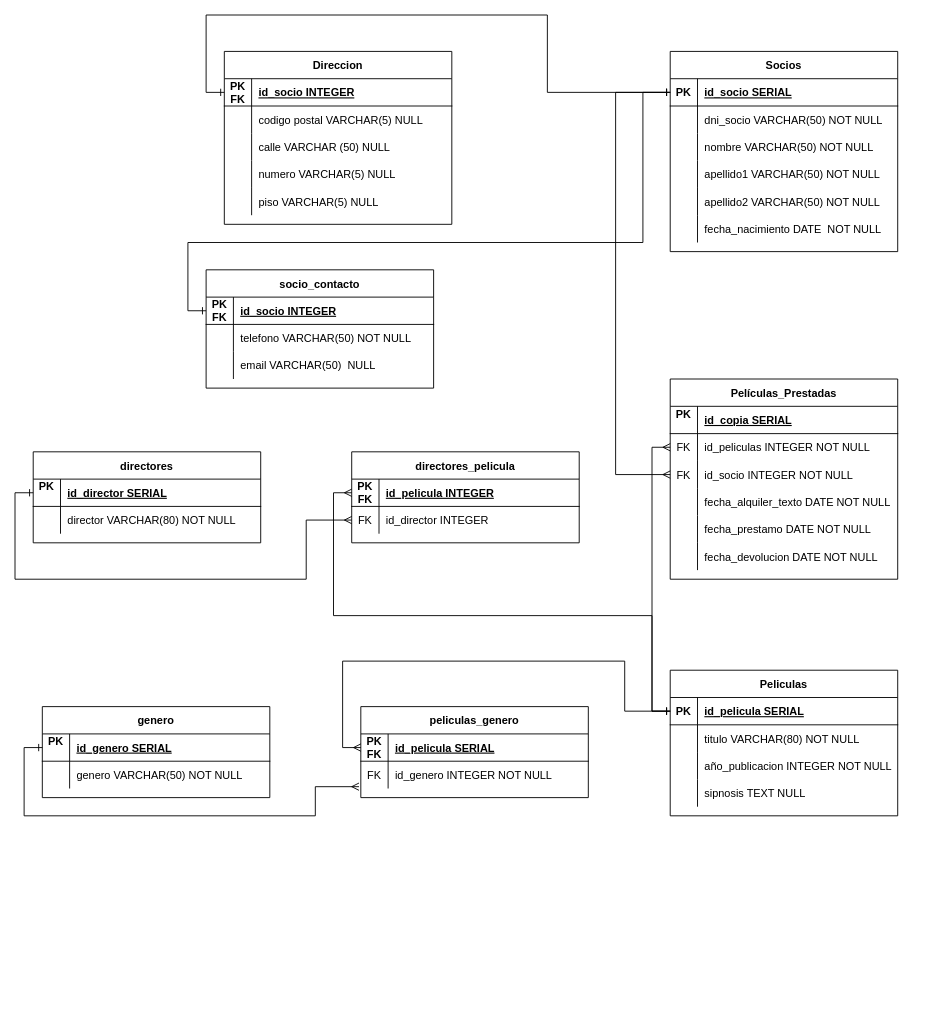
Before: videoclub.drawio in Balexo/modelados_datos_sql, a draw.io diagram. Source tidied: cells renumbered, new cells numbered last; positions are measured from the earlier drawing's top-left corner, leaving out a move shared by most shapes. Both pictures are drawn from the tidied source at 91%, with x=0, y=0 at pixel (15, 15).
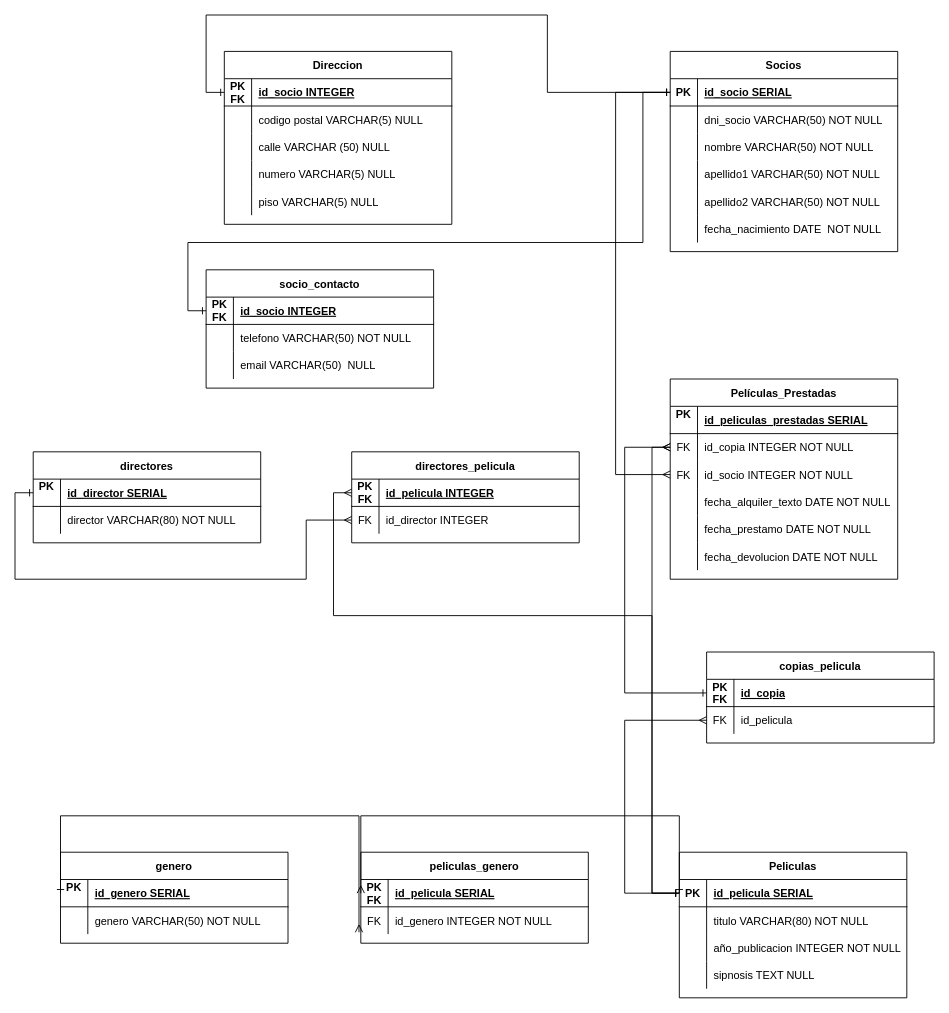
After the change.

Commit message (it also covers changes not shown here):
Añadido el readme modificado, el gráfico vidoclub.drawio y cambio en la consulta de películas disponibles para alquilar

Unchanged cells that the change refers to:
```xml
<mxCell id="32" style="shape=partialRectangle;fillColor=none;points=[[0,0.5],[1,0.5]];portConstraint=eastwest;top=0;left=0;right=0;bottom=1;" parent="31" vertex="1">
  <mxGeometry y="30" width="250" height="30" as="geometry" />
</mxCell>
<mxCell id="35" style="shape=partialRectangle;fillColor=none;points=[[0,0.5],[1,0.5]];portConstraint=eastwest;top=0;left=0;right=0;bottom=0;" parent="31" vertex="1">
  <mxGeometry y="60" width="250" height="30" as="geometry" />
</mxCell>
<mxCell id="39" style="shape=partialRectangle;fillColor=none;points=[[0,0.5],[1,0.5]];portConstraint=eastwest;top=0;left=0;right=0;bottom=1;" parent="38" vertex="1">
  <mxGeometry y="30" width="250" height="30" as="geometry" />
</mxCell>
<mxCell id="52" style="shape=partialRectangle;fillColor=none;top=0;left=0;right=0;bottom=1;" parent="51" vertex="1">
  <mxGeometry y="30" width="250" height="30" as="geometry" />
</mxCell>
<mxCell id="55" style="shape=partialRectangle;fillColor=none;points=[[0,0.5],[1,0.5]];portConstraint=eastwest;top=0;left=0;right=0;bottom=0;" parent="51" vertex="1">
  <mxGeometry y="60" width="250" height="30" as="geometry" />
</mxCell>
<mxCell id="87" style="shape=partialRectangle;fillColor=none;points=[[0,0.5],[1,0.5]];portConstraint=eastwest;top=0;left=0;right=0;bottom=1;" parent="86" vertex="1">
  <mxGeometry y="30" width="250" height="30" as="geometry" />
</mxCell>
```

What changed in the source:
```diff
@@
     <mxCell id="31" value="peliculas_genero" style="shape=table;startSize=30;childLayout=tableLayout;rowLines=0;fontStyle=1;align=center;" parent="1" vertex="1">
-      <mxGeometry x="380" y="760" width="250" height="100" as="geometry" />
+      <mxGeometry x="380" y="920" width="250" height="100" as="geometry" />
     </mxCell>
@@
     <mxCell id="38" value="Peliculas" style="shape=table;startSize=30;childLayout=tableLayout;rowLines=0;fontStyle=1;align=center;" parent="1" vertex="1">
-      <mxGeometry x="720" y="720" width="250" height="160" as="geometry" />
+      <mxGeometry x="730" y="920" width="250" height="160" as="geometry" />
     </mxCell>
@@
-    <mxCell id="54" value="id_copia SERIAL " style="shape=partialRectangle;overflow=hidden;fillColor=none;top=0;left=0;bottom=0;right=0;align=left;spacingLeft=6;fontStyle=5;" parent="52" vertex="1">
+    <mxCell id="54" value="id_peliculas_prestadas SERIAL " style="shape=partialRectangle;overflow=hidden;fillColor=none;top=0;left=0;bottom=0;right=0;align=left;spacingLeft=6;fontStyle=5;" parent="52" vertex="1">
       <mxGeometry x="30" width="220" height="30" as="geometry" />
     </mxCell>
@@
-    <mxCell id="57" value="id_peliculas INTEGER NOT NULL" style="shape=partialRectangle;overflow=hidden;fillColor=none;top=0;left=0;bottom=0;right=0;align=left;spacingLeft=6;" parent="55" vertex="1">
+    <mxCell id="57" value="id_copia INTEGER NOT NULL" style="shape=partialRectangle;overflow=hidden;fillColor=none;top=0;left=0;bottom=0;right=0;align=left;spacingLeft=6;" parent="55" vertex="1">
       <mxGeometry x="30" width="220" height="30" as="geometry" />
     </mxCell>
@@
     <mxCell id="86" value="genero" style="shape=table;startSize=30;childLayout=tableLayout;rowLines=0;fontStyle=1;align=center;" parent="1" vertex="1">
-      <mxGeometry x="30" y="760" width="250" height="100" as="geometry" />
+      <mxGeometry x="50" y="920" width="250" height="100" as="geometry" />
     </mxCell>
@@
     <mxCell id="109" style="edgeStyle=orthogonalEdgeStyle;rounded=0;jettySize=auto;html=1;exitX=0;exitY=0.5;exitDx=0;exitDy=0;entryX=0;entryY=0.5;entryDx=0;entryDy=0;endArrow=ERmany;endFill=0;startArrow=ERone;startFill=0;" parent="1" edge="1" source="39" target="32">
       <mxGeometry relative="1" as="geometry">
         <Array as="points">
-          <mxPoint x="670" y="765" />
-          <mxPoint x="670" y="710" />
-          <mxPoint x="360" y="710" />
-          <mxPoint x="360" y="805" />
+          <mxPoint x="730" y="880" />
+          <mxPoint x="380" y="880" />
         </Array>
       </mxGeometry>
     </mxCell>
     <mxCell id="110" style="edgeStyle=orthogonalEdgeStyle;rounded=0;jettySize=auto;html=1;exitX=0;exitY=0.5;exitDx=0;exitDy=0;entryX=-0.008;entryY=0.933;entryDx=0;entryDy=0;entryPerimeter=0;endArrow=ERmany;endFill=0;startArrow=ERone;startFill=0;" parent="1" edge="1" source="87" target="35">
       <mxGeometry relative="1" as="geometry">
         <Array as="points">
-          <mxPoint x="10" y="805" />
-          <mxPoint x="10" y="880" />
-          <mxPoint x="330" y="880" />
-          <mxPoint x="330" y="848" />
+          <mxPoint x="50" y="880" />
+          <mxPoint x="378" y="880" />
         </Array>
       </mxGeometry>
     </mxCell>
@@
+    <mxCell id="115" value="copias_pelicula" style="shape=table;startSize=30;childLayout=tableLayout;rowLines=0;fontStyle=1;align=center;" parent="1" vertex="1">
+      <mxGeometry x="760" y="700" width="250" height="100" as="geometry" />
+    </mxCell>
+    <mxCell id="116" style="shape=partialRectangle;fillColor=none;points=[[0,0.5],[1,0.5]];portConstraint=eastwest;top=0;left=0;right=0;bottom=1;" parent="115" vertex="1">
+      <mxGeometry y="30" width="250" height="30" as="geometry" />
+    </mxCell>
+    <mxCell id="117" value="PK&#10;FK&#10;" style="shape=partialRectangle;overflow=hidden;fillColor=none;top=0;left=0;bottom=0;right=0;fontStyle=1;" parent="116" vertex="1">
+      <mxGeometry width="30" height="30" as="geometry" />
+    </mxCell>
+    <mxCell id="118" value="id_copia" style="shape=partialRectangle;overflow=hidden;fillColor=none;top=0;left=0;bottom=0;right=0;align=left;spacingLeft=6;fontStyle=5;" parent="116" vertex="1">
+      <mxGeometry x="30" width="220" height="30" as="geometry" />
+    </mxCell>
+    <mxCell id="119" style="shape=partialRectangle;fillColor=none;points=[[0,0.5],[1,0.5]];portConstraint=eastwest;top=0;left=0;right=0;bottom=0;" parent="115" vertex="1">
+      <mxGeometry y="60" width="250" height="30" as="geometry" />
+    </mxCell>
+    <mxCell id="120" value="FK" style="shape=partialRectangle;overflow=hidden;fillColor=none;top=0;left=0;bottom=0;right=0;" parent="119" vertex="1">
+      <mxGeometry width="30" height="30" as="geometry" />
+    </mxCell>
+    <mxCell id="121" value="id_pelicula" style="shape=partialRectangle;overflow=hidden;fillColor=none;top=0;left=0;bottom=0;right=0;align=left;spacingLeft=6;" parent="119" vertex="1">
+      <mxGeometry x="30" width="220" height="30" as="geometry" />
+    </mxCell>
+    <mxCell id="122" style="edgeStyle=orthogonalEdgeStyle;rounded=0;jettySize=auto;html=1;exitX=0;exitY=0.5;exitDx=0;exitDy=0;entryX=0;entryY=0.5;entryDx=0;entryDy=0;startArrow=ERmany;startFill=0;endArrow=ERone;endFill=0;" parent="1" edge="1" source="119" target="39">
+      <mxGeometry relative="1" as="geometry">
+        <Array as="points">
+          <mxPoint x="670" y="775" />
+          <mxPoint x="670" y="965" />
+        </Array>
+      </mxGeometry>
+    </mxCell>
+    <mxCell id="123" style="edgeStyle=orthogonalEdgeStyle;rounded=0;jettySize=auto;html=1;exitX=0;exitY=0.5;exitDx=0;exitDy=0;entryX=0;entryY=0.5;entryDx=0;entryDy=0;startArrow=ERone;startFill=0;endArrow=ERmany;endFill=0;" parent="1" edge="1" source="116" target="55">
+      <mxGeometry relative="1" as="geometry">
+        <Array as="points">
+          <mxPoint x="670" y="745" />
+          <mxPoint x="670" y="475" />
+        </Array>
+      </mxGeometry>
+    </mxCell>
```
